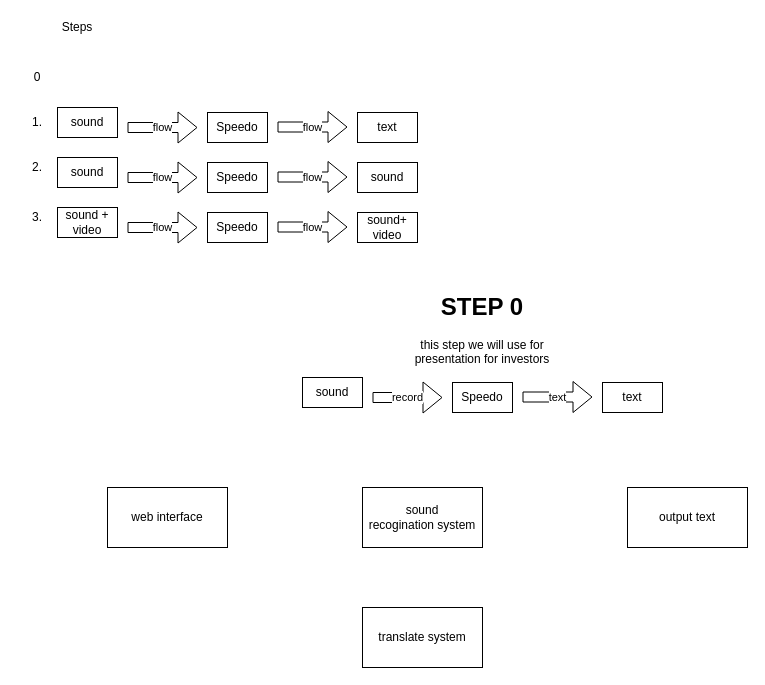
Before: Speedo general moduls.drawio in mayor-oleg/speedo-stream, a draw.io diagram. Source tidied: cells renumbered, new cells numbered last; positions are measured from the earlier drawing's top-left corner, leaving out a move shared by most shapes. Both pictures are drawn from the tidied source at 100%, with x=0, y=0 at pixel (17, 17).
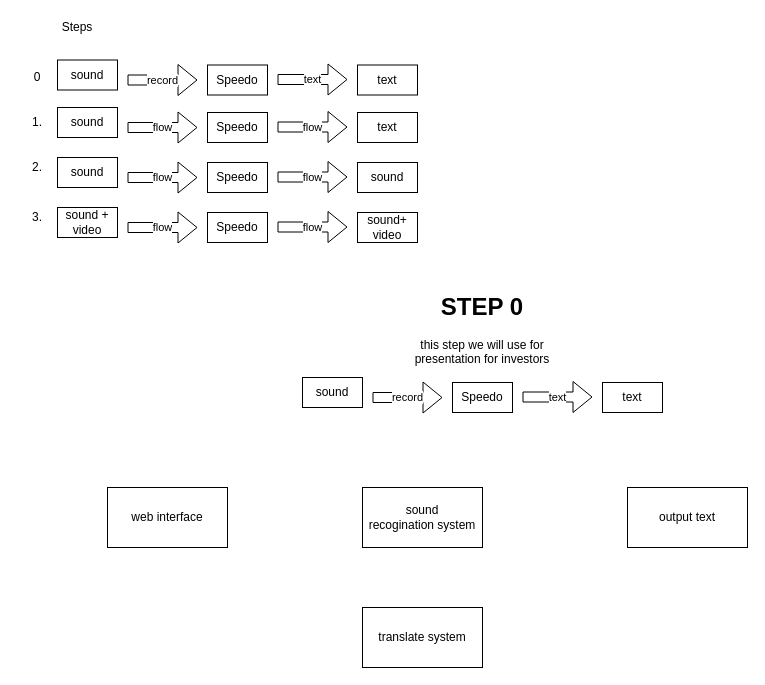
The same diagram, later.

What changed in the source:
```diff
@@
+    <mxCell id="32" value="sound" style="rounded=0;whiteSpace=wrap;html=1;" parent="1" vertex="1">
+      <mxGeometry x="40" y="42.5" width="60" height="30" as="geometry" />
+    </mxCell>
+    <mxCell id="33" value="record" style="shape=flexArrow;endArrow=classic;html=1;" parent="1" edge="1">
+      <mxGeometry relative="1" as="geometry">
+        <mxPoint x="110" y="62.5" as="sourcePoint" />
+        <mxPoint x="180" y="62.5" as="targetPoint" />
+      </mxGeometry>
+    </mxCell>
+    <mxCell id="34" value="Speedo" style="rounded=0;whiteSpace=wrap;html=1;" parent="1" vertex="1">
+      <mxGeometry x="190" y="47.5" width="60" height="30" as="geometry" />
+    </mxCell>
+    <mxCell id="35" value="text" style="shape=flexArrow;endArrow=classic;html=1;" parent="1" edge="1">
+      <mxGeometry relative="1" as="geometry">
+        <mxPoint x="260" y="62" as="sourcePoint" />
+        <mxPoint x="330" y="62" as="targetPoint" />
+      </mxGeometry>
+    </mxCell>
+    <mxCell id="36" value="text" style="rounded=0;whiteSpace=wrap;html=1;" parent="1" vertex="1">
+      <mxGeometry x="340" y="47.5" width="60" height="30" as="geometry" />
+    </mxCell>
```
